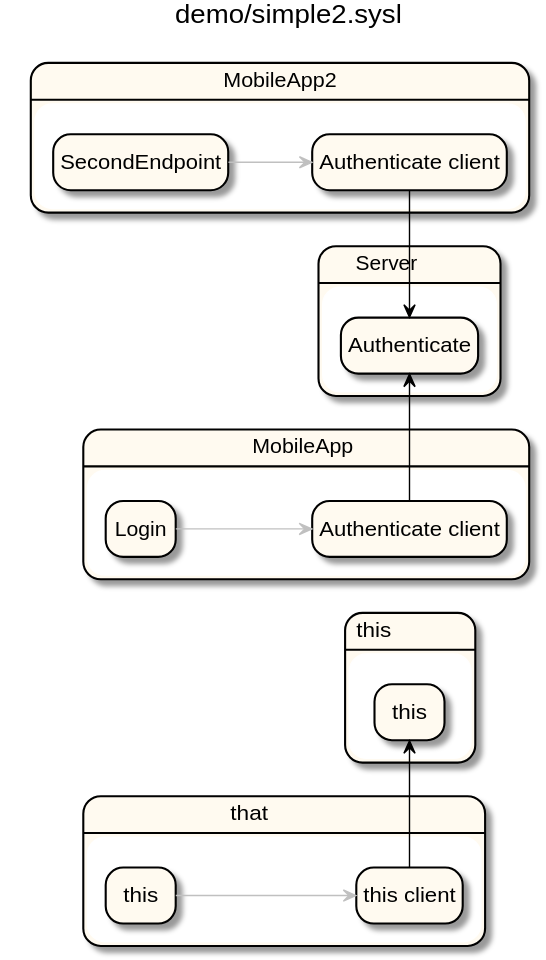
The PlantUML diagram docs/integrationEPA.svg in anz-bank/sysl-catalog, before a commit.
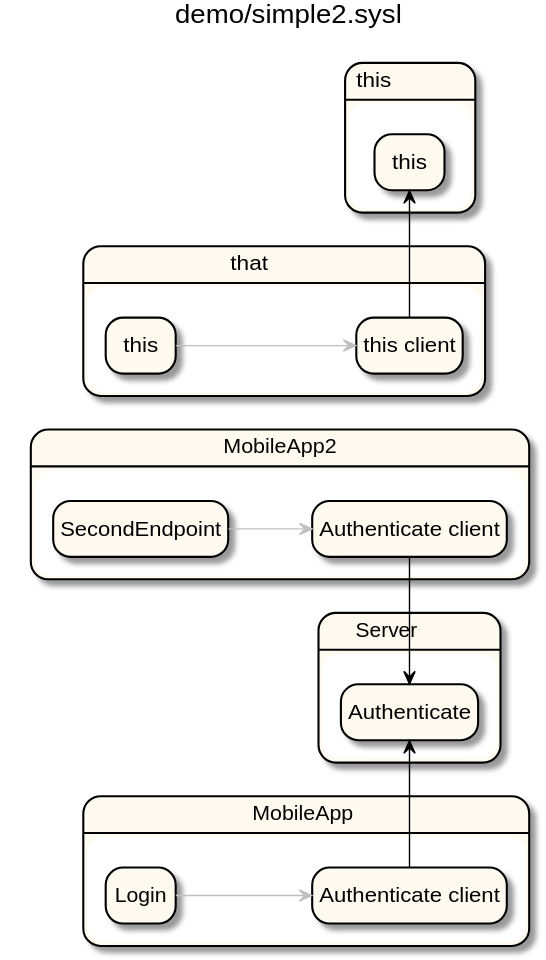
After the change.

What changed in the source:
```diff
@@ -28,10 +28,10 @@
 state "this" as X_4 <<highlight>> {
   state "this" as _7 <<highlight>>
 }
-_5 -[#silver]-> _6
-_6 -[#black]> _7
 _1 -[#silver]-> _0
 _0 -[#black]> _4
 _3 -[#silver]-> _2
 _2 -[#black]> _4
+_5 -[#silver]-> _6
+_6 -[#black]> _7
 @enduml
```
